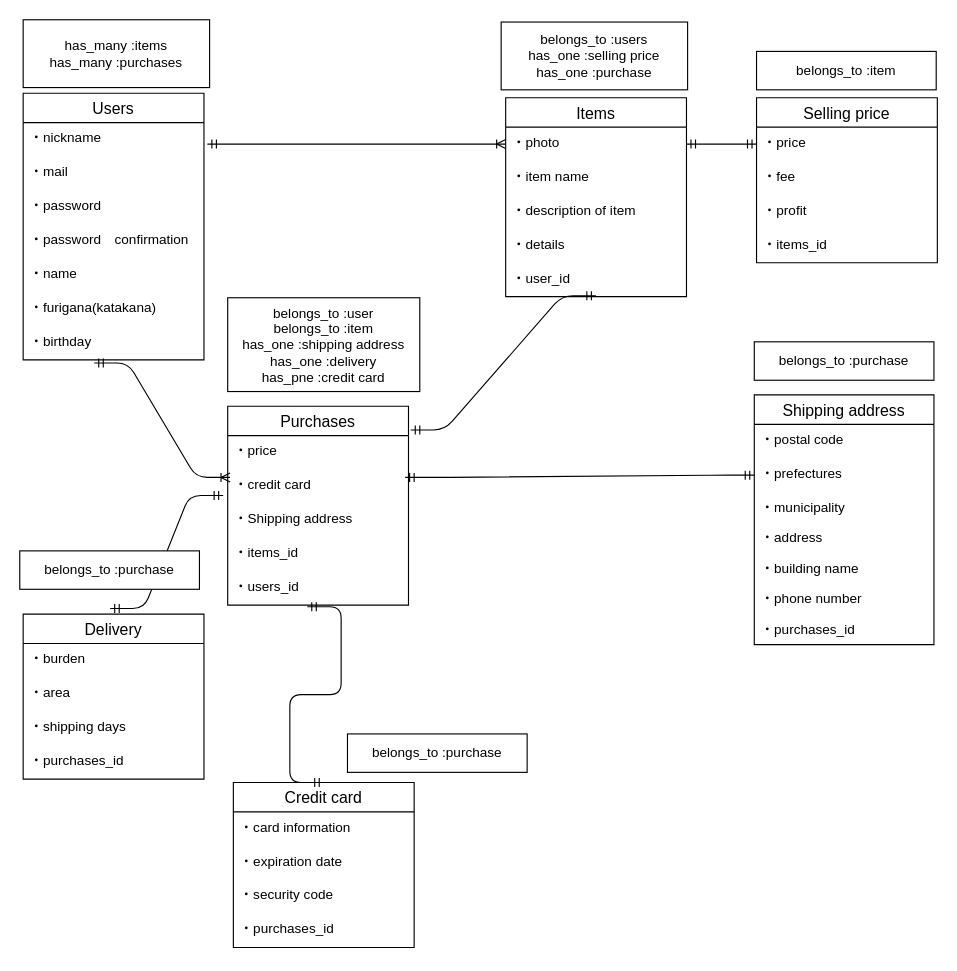
Earlier version of the draw.io diagram furima.dio (mika101/furima-32325). Source tidied: cells renumbered, new cells numbered last; positions are measured from the earlier drawing's top-left corner, leaving out a move shared by most shapes. Both pictures are drawn from the tidied source at 113%, with x=0, y=0 at pixel (19, 19).
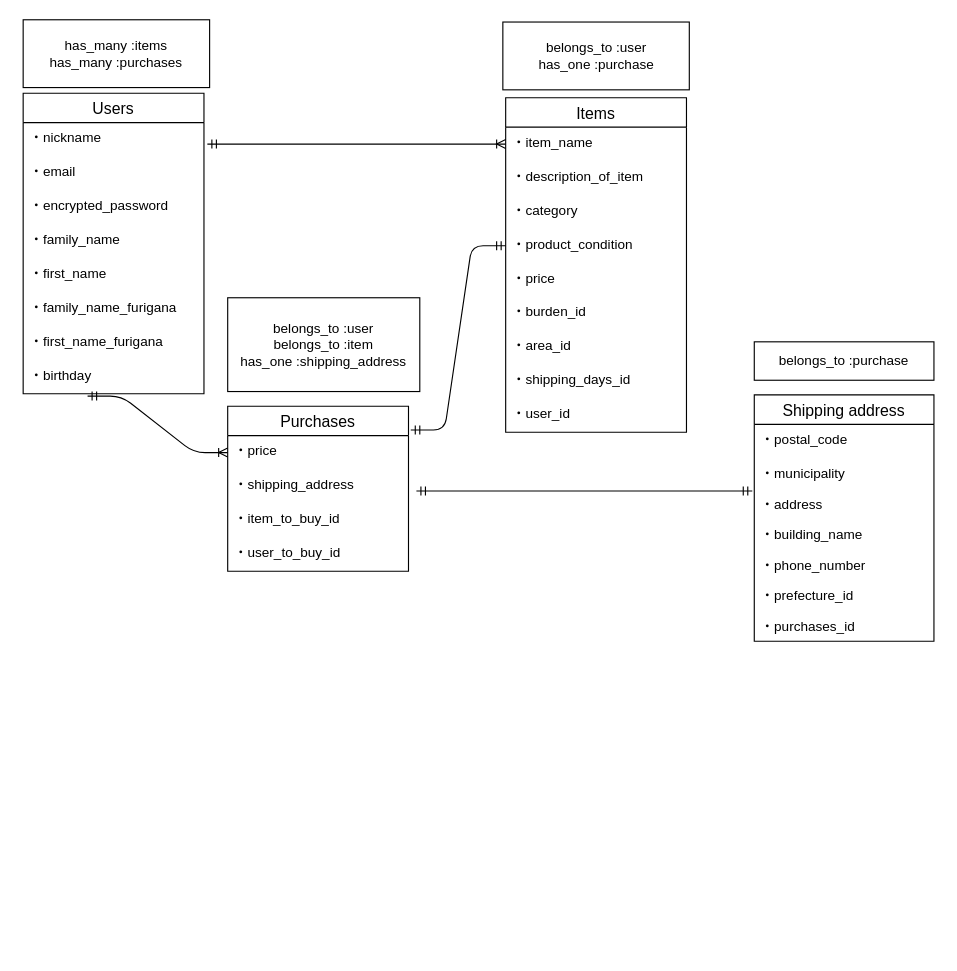
Above is the later version.

Commit message (it also covers changes not shown here):
データベース設計_修正

Unchanged cells that the change refers to:
```xml
<mxCell id="17" value="・price" style="text;strokeColor=none;fillColor=none;spacingLeft=4;spacingRight=4;overflow=hidden;points=[[0,0.5],[1,0.5]];portConstraint=eastwest;fontSize=12;" parent="16" vertex="1">
  <mxGeometry y="26" width="160" height="30" as="geometry" />
</mxCell>
```

Change to the diagram source:
```diff
@@
     <mxCell id="2" value="Users" style="swimlane;fontStyle=0;horizontal=1;startSize=26;align=center;fontSize=14;" parent="1" vertex="1">
-      <mxGeometry x="3" y="65" width="160" height="236" as="geometry" />
+      <mxGeometry x="3" y="65" width="160" height="266" as="geometry" />
     </mxCell>
@@
-    <mxCell id="4" value="・mail" style="text;strokeColor=none;fillColor=none;spacingLeft=4;spacingRight=4;overflow=hidden;fontSize=12;" parent="2" vertex="1">
+    <mxCell id="4" value="・email" style="text;strokeColor=none;fillColor=none;spacingLeft=4;spacingRight=4;overflow=hidden;fontSize=12;" parent="2" vertex="1">
       <mxGeometry y="56" width="160" height="30" as="geometry" />
     </mxCell>
-    <mxCell id="5" value="・password" style="text;strokeColor=none;fillColor=none;spacingLeft=4;spacingRight=4;overflow=hidden;fontSize=12;" parent="2" vertex="1">
+    <mxCell id="5" value="・encrypted_password" style="text;strokeColor=none;fillColor=none;spacingLeft=4;spacingRight=4;overflow=hidden;fontSize=12;" parent="2" vertex="1">
       <mxGeometry y="86" width="160" height="30" as="geometry" />
     </mxCell>
-    <mxCell id="6" value="・password　confirmation" style="text;strokeColor=none;fillColor=none;spacingLeft=4;spacingRight=4;overflow=hidden;fontSize=12;" parent="2" vertex="1">
+    <mxCell id="6" value="・family_name" style="text;strokeColor=none;fillColor=none;spacingLeft=4;spacingRight=4;overflow=hidden;fontSize=12;" parent="2" vertex="1">
       <mxGeometry y="116" width="160" height="30" as="geometry" />
     </mxCell>
-    <mxCell id="7" value="・name" style="text;strokeColor=none;fillColor=none;spacingLeft=4;spacingRight=4;overflow=hidden;fontSize=12;" parent="2" vertex="1">
+    <mxCell id="7" value="・first_name" style="text;strokeColor=none;fillColor=none;spacingLeft=4;spacingRight=4;overflow=hidden;fontSize=12;" parent="2" vertex="1">
       <mxGeometry y="146" width="160" height="30" as="geometry" />
     </mxCell>
-    <mxCell id="8" value="・furigana(katakana)" style="text;strokeColor=none;fillColor=none;spacingLeft=4;spacingRight=4;overflow=hidden;fontSize=12;" parent="2" vertex="1">
+    <mxCell id="8" value="・family_name_furigana" style="text;strokeColor=none;fillColor=none;spacingLeft=4;spacingRight=4;overflow=hidden;fontSize=12;" parent="2" vertex="1">
       <mxGeometry y="176" width="160" height="30" as="geometry" />
     </mxCell>
-    <mxCell id="9" value="・birthday" style="text;strokeColor=none;fillColor=none;spacingLeft=4;spacingRight=4;overflow=hidden;points=[[0,0.5],[1,0.5]];portConstraint=eastwest;fontSize=12;" parent="2" vertex="1">
+    <mxCell id="9" value="・first_name_furigana" style="text;strokeColor=none;fillColor=none;spacingLeft=4;spacingRight=4;overflow=hidden;points=[[0,0.5],[1,0.5]];portConstraint=eastwest;fontSize=12;" parent="2" vertex="1">
       <mxGeometry y="206" width="160" height="30" as="geometry" />
     </mxCell>
+    <mxCell id="57" value="・birthday" style="text;strokeColor=none;fillColor=none;spacingLeft=4;spacingRight=4;overflow=hidden;fontSize=12;" parent="2" vertex="1">
+      <mxGeometry y="236" width="160" height="30" as="geometry" />
+    </mxCell>
+    <mxCell id="59" style="edgeStyle=entityRelationEdgeStyle;fontSize=12;html=1;endArrow=ERoneToMany;startArrow=ERmandOne;" parent="2" edge="1" target="17">
+      <mxGeometry relative="1" as="geometry">
+        <mxPoint x="57" y="268" as="sourcePoint" />
+      </mxGeometry>
+    </mxCell>
     <mxCell id="10" value="Items" style="swimlane;fontStyle=0;horizontal=1;startSize=26;align=center;fontSize=14;" parent="1" vertex="1">
-      <mxGeometry x="430" y="69" width="160" height="176" as="geometry" />
+      <mxGeometry x="430" y="69" width="160" height="296" as="geometry" />
     </mxCell>
-    <mxCell id="11" value="・photo" style="text;strokeColor=none;fillColor=none;spacingLeft=4;spacingRight=4;overflow=hidden;points=[[0,0.5],[1,0.5]];portConstraint=eastwest;fontSize=12;" parent="10" vertex="1">
-      <mxGeometry y="26" width="160" height="30" as="geometry" />
-    </mxCell>
-    <mxCell id="12" value="・item name" style="text;strokeColor=none;fillColor=none;spacingLeft=4;spacingRight=4;overflow=hidden;fontSize=12;" parent="10" vertex="1">
-      <mxGeometry y="56" width="160" height="30" as="geometry" />
-    </mxCell>
-    <mxCell id="13" value="・description of item" style="text;strokeColor=none;fillColor=none;spacingLeft=4;spacingRight=4;overflow=hidden;fontSize=12;" parent="10" vertex="1">
-      <mxGeometry y="86" width="160" height="30" as="geometry" />
+    <mxCell id="13" value="・item_name" style="text;strokeColor=none;fillColor=none;spacingLeft=4;spacingRight=4;overflow=hidden;fontSize=12;" parent="10" vertex="1">
+      <mxGeometry y="26" width="160" height="30" as="geometry" />
     </mxCell>
-    <mxCell id="14" value="・details" style="text;strokeColor=none;fillColor=none;spacingLeft=4;spacingRight=4;overflow=hidden;fontSize=12;" parent="10" vertex="1">
-      <mxGeometry y="116" width="160" height="30" as="geometry" />
+    <mxCell id="14" value="・description_of_item" style="text;strokeColor=none;fillColor=none;spacingLeft=4;spacingRight=4;overflow=hidden;fontSize=12;" parent="10" vertex="1">
+      <mxGeometry y="56" width="160" height="30" as="geometry" />
     </mxCell>
+    <mxCell id="60" value="・category" style="text;strokeColor=none;fillColor=none;spacingLeft=4;spacingRight=4;overflow=hidden;fontSize=12;" parent="10" vertex="1">
+      <mxGeometry y="86" width="160" height="30" as="geometry" />
+    </mxCell>
-    <mxCell id="15" value="・user_id" style="text;strokeColor=none;fillColor=none;spacingLeft=4;spacingRight=4;overflow=hidden;points=[[0,0.5],[1,0.5]];portConstraint=eastwest;fontSize=12;" parent="10" vertex="1">
-      <mxGeometry y="146" width="160" height="30" as="geometry" />
+    <mxCell id="15" value="・product_condition" style="text;strokeColor=none;fillColor=none;spacingLeft=4;spacingRight=4;overflow=hidden;points=[[0,0.5],[1,0.5]];portConstraint=eastwest;fontSize=12;" parent="10" vertex="1">
+      <mxGeometry y="116" width="160" height="30" as="geometry" />
     </mxCell>
+    <mxCell id="58" value="・price" style="text;strokeColor=none;fillColor=none;spacingLeft=4;spacingRight=4;overflow=hidden;fontSize=12;" parent="10" vertex="1">
+      <mxGeometry y="146" width="160" height="30" as="geometry" />
+    </mxCell>
+    <mxCell id="61" value="・burden_id" style="text;strokeColor=none;fillColor=none;spacingLeft=4;spacingRight=4;overflow=hidden;fontSize=12;" parent="10" vertex="1">
+      <mxGeometry y="176" width="160" height="30" as="geometry" />
+    </mxCell>
+    <mxCell id="62" value="・area_id" style="text;strokeColor=none;fillColor=none;spacingLeft=4;spacingRight=4;overflow=hidden;fontSize=12;" parent="10" vertex="1">
+      <mxGeometry y="206" width="160" height="30" as="geometry" />
+    </mxCell>
+    <mxCell id="63" value="・shipping_days_id" style="text;strokeColor=none;fillColor=none;spacingLeft=4;spacingRight=4;overflow=hidden;fontSize=12;" parent="10" vertex="1">
+      <mxGeometry y="236" width="160" height="30" as="geometry" />
+    </mxCell>
+    <mxCell id="64" value="・user_id" style="text;strokeColor=none;fillColor=none;spacingLeft=4;spacingRight=4;overflow=hidden;fontSize=12;" parent="10" vertex="1">
+      <mxGeometry y="266" width="160" height="30" as="geometry" />
+    </mxCell>
     <mxCell id="16" value="Purchases" style="swimlane;fontStyle=0;horizontal=1;startSize=26;align=center;fontSize=14;" parent="1" vertex="1">
-      <mxGeometry x="184" y="342" width="160" height="176" as="geometry" />
+      <mxGeometry x="184" y="342" width="160" height="146" as="geometry" />
     </mxCell>
@@
-    <mxCell id="18" value="・credit card" style="text;strokeColor=none;fillColor=none;spacingLeft=4;spacingRight=4;overflow=hidden;points=[[0,0.5],[1,0.5]];portConstraint=eastwest;fontSize=12;" parent="16" vertex="1">
-      <mxGeometry y="56" width="160" height="30" as="geometry" />
-    </mxCell>
-    <mxCell id="19" value="・Shipping address" style="text;strokeColor=none;fillColor=none;spacingLeft=4;spacingRight=4;overflow=hidden;fontSize=12;" parent="16" vertex="1">
-      <mxGeometry y="86" width="160" height="30" as="geometry" />
+    <mxCell id="19" value="・shipping_address" style="text;strokeColor=none;fillColor=none;spacingLeft=4;spacingRight=4;overflow=hidden;fontSize=12;" parent="16" vertex="1">
+      <mxGeometry y="56" width="160" height="30" as="geometry" />
     </mxCell>
-    <mxCell id="20" value="・items_id" style="text;strokeColor=none;fillColor=none;spacingLeft=4;spacingRight=4;overflow=hidden;fontSize=12;" parent="16" vertex="1">
-      <mxGeometry y="116" width="160" height="30" as="geometry" />
+    <mxCell id="20" value="・item_to_buy_id" style="text;strokeColor=none;fillColor=none;spacingLeft=4;spacingRight=4;overflow=hidden;fontSize=12;" parent="16" vertex="1">
+      <mxGeometry y="86" width="160" height="30" as="geometry" />
     </mxCell>
-    <mxCell id="21" value="・users_id" style="text;strokeColor=none;fillColor=none;spacingLeft=4;spacingRight=4;overflow=hidden;points=[[0,0.5],[1,0.5]];portConstraint=eastwest;fontSize=12;" parent="16" vertex="1">
-      <mxGeometry y="146" width="160" height="30" as="geometry" />
+    <mxCell id="21" value="・user_to_buy_id" style="text;strokeColor=none;fillColor=none;spacingLeft=4;spacingRight=4;overflow=hidden;points=[[0,0.5],[1,0.5]];portConstraint=eastwest;fontSize=12;" parent="16" vertex="1">
+      <mxGeometry y="116" width="160" height="30" as="geometry" />
     </mxCell>
-    <mxCell id="22" value="Delivery" style="swimlane;fontStyle=0;horizontal=1;startSize=26;align=center;fontSize=14;" parent="1" vertex="1">
-      <mxGeometry x="3" y="526" width="160" height="146" as="geometry" />
-    </mxCell>
-    <mxCell id="23" value="・burden" style="text;strokeColor=none;fillColor=none;spacingLeft=4;spacingRight=4;overflow=hidden;fontSize=12;" parent="22" vertex="1">
-      <mxGeometry y="26" width="160" height="30" as="geometry" />
-    </mxCell>
-    <mxCell id="24" value="・area" style="text;strokeColor=none;fillColor=none;spacingLeft=4;spacingRight=4;overflow=hidden;fontSize=12;" parent="22" vertex="1">
-      <mxGeometry y="56" width="160" height="30" as="geometry" />
-    </mxCell>
-    <mxCell id="25" value="・shipping days" style="text;strokeColor=none;fillColor=none;spacingLeft=4;spacingRight=4;overflow=hidden;fontSize=12;" parent="22" vertex="1">
-      <mxGeometry y="86" width="160" height="30" as="geometry" />
-    </mxCell>
-    <mxCell id="26" value="・purchases_id" style="text;strokeColor=none;fillColor=none;spacingLeft=4;spacingRight=4;overflow=hidden;fontSize=12;" parent="22" vertex="1">
-      <mxGeometry y="116" width="160" height="30" as="geometry" />
-    </mxCell>
-    <mxCell id="27" value="Selling price" style="swimlane;fontStyle=0;horizontal=1;startSize=26;align=center;fontSize=14;" parent="1" vertex="1">
-      <mxGeometry x="652" y="69" width="160" height="146" as="geometry" />
-    </mxCell>
-    <mxCell id="28" value="・price" style="text;strokeColor=none;fillColor=none;spacingLeft=4;spacingRight=4;overflow=hidden;points=[[0,0.5],[1,0.5]];portConstraint=eastwest;fontSize=12;" parent="27" vertex="1">
-      <mxGeometry y="26" width="160" height="30" as="geometry" />
-    </mxCell>
-    <mxCell id="29" value="・fee" style="text;strokeColor=none;fillColor=none;spacingLeft=4;spacingRight=4;overflow=hidden;fontSize=12;" parent="27" vertex="1">
-      <mxGeometry y="56" width="160" height="30" as="geometry" />
-    </mxCell>
-    <mxCell id="30" value="・profit" style="text;strokeColor=none;fillColor=none;spacingLeft=4;spacingRight=4;overflow=hidden;fontSize=12;" parent="27" vertex="1">
-      <mxGeometry y="86" width="160" height="30" as="geometry" />
-    </mxCell>
-    <mxCell id="31" value="・items_id" style="text;strokeColor=none;fillColor=none;spacingLeft=4;spacingRight=4;overflow=hidden;fontSize=12;" parent="27" vertex="1">
-      <mxGeometry y="116" width="160" height="30" as="geometry" />
-    </mxCell>
     <mxCell id="32" value="Shipping address" style="swimlane;fontStyle=0;horizontal=1;startSize=26;align=center;fontSize=14;" parent="1" vertex="1">
-      <mxGeometry x="650" y="332" width="159" height="221" as="geometry" />
+      <mxGeometry x="650" y="332" width="159" height="218" as="geometry" />
     </mxCell>
-    <mxCell id="33" value="・postal code" style="text;strokeColor=none;fillColor=none;spacingLeft=4;spacingRight=4;overflow=hidden;fontSize=12;" parent="32" vertex="1">
+    <mxCell id="33" value="・postal_code" style="text;strokeColor=none;fillColor=none;spacingLeft=4;spacingRight=4;overflow=hidden;fontSize=12;" parent="32" vertex="1">
       <mxGeometry y="26" width="159" height="30" as="geometry" />
     </mxCell>
-    <mxCell id="34" value="・prefectures" style="text;strokeColor=none;fillColor=none;spacingLeft=4;spacingRight=4;overflow=hidden;points=[[0,0.5],[1,0.5]];portConstraint=eastwest;fontSize=12;" parent="32" vertex="1">
-      <mxGeometry y="56" width="159" height="30" as="geometry" />
-    </mxCell>
     <mxCell id="35" value="・municipality" style="text;strokeColor=none;fillColor=none;spacingLeft=4;spacingRight=4;overflow=hidden;fontSize=12;" parent="32" vertex="1">
-      <mxGeometry y="86" width="159" height="27" as="geometry" />
+      <mxGeometry y="56" width="159" height="27" as="geometry" />
     </mxCell>
     <mxCell id="36" value="・address" style="text;strokeColor=none;fillColor=none;spacingLeft=4;spacingRight=4;overflow=hidden;points=[[0,0.5],[1,0.5]];portConstraint=eastwest;fontSize=12;" parent="32" vertex="1">
-      <mxGeometry y="113" width="159" height="27" as="geometry" />
+      <mxGeometry y="83" width="159" height="27" as="geometry" />
     </mxCell>
-    <mxCell id="37" value="・building name" style="text;strokeColor=none;fillColor=none;spacingLeft=4;spacingRight=4;overflow=hidden;fontSize=12;" parent="32" vertex="1">
-      <mxGeometry y="140" width="159" height="27" as="geometry" />
+    <mxCell id="37" value="・building_name" style="text;strokeColor=none;fillColor=none;spacingLeft=4;spacingRight=4;overflow=hidden;fontSize=12;" parent="32" vertex="1">
+      <mxGeometry y="110" width="159" height="27" as="geometry" />
     </mxCell>
-    <mxCell id="38" value="・phone number" style="text;strokeColor=none;fillColor=none;spacingLeft=4;spacingRight=4;overflow=hidden;fontSize=12;" parent="32" vertex="1">
-      <mxGeometry y="167" width="159" height="27" as="geometry" />
+    <mxCell id="38" value="・phone_number" style="text;strokeColor=none;fillColor=none;spacingLeft=4;spacingRight=4;overflow=hidden;fontSize=12;" parent="32" vertex="1">
+      <mxGeometry y="137" width="159" height="27" as="geometry" />
     </mxCell>
-    <mxCell id="39" value="・purchases_id" style="text;strokeColor=none;fillColor=none;spacingLeft=4;spacingRight=4;overflow=hidden;fontSize=12;" parent="32" vertex="1">
-      <mxGeometry y="194" width="159" height="27" as="geometry" />
+    <mxCell id="39" value="・prefecture_id" style="text;strokeColor=none;fillColor=none;spacingLeft=4;spacingRight=4;overflow=hidden;fontSize=12;" parent="32" vertex="1">
+      <mxGeometry y="164" width="159" height="27" as="geometry" />
     </mxCell>
-    <mxCell id="40" value="Credit card" style="swimlane;fontStyle=0;horizontal=1;startSize=26;align=center;fontSize=14;" parent="1" vertex="1">
-      <mxGeometry x="189" y="675" width="160" height="146" as="geometry" />
-    </mxCell>
-    <mxCell id="41" value="・card information" style="text;strokeColor=none;fillColor=none;spacingLeft=4;spacingRight=4;overflow=hidden;fontSize=12;" parent="40" vertex="1">
-      <mxGeometry y="26" width="160" height="30" as="geometry" />
-    </mxCell>
-    <mxCell id="42" value="・expiration date" style="text;strokeColor=none;fillColor=none;spacingLeft=4;spacingRight=4;overflow=hidden;fontSize=12;" parent="40" vertex="1">
-      <mxGeometry y="56" width="160" height="30" as="geometry" />
-    </mxCell>
-    <mxCell id="43" value="・security code" style="text;strokeColor=none;fillColor=none;spacingLeft=4;spacingRight=4;overflow=hidden;fontSize=12;" parent="40" vertex="1">
-      <mxGeometry y="86" width="160" height="30" as="geometry" />
-    </mxCell>
-    <mxCell id="44" value="・purchases_id" style="text;strokeColor=none;fillColor=none;spacingLeft=4;spacingRight=4;overflow=hidden;fontSize=12;" parent="40" vertex="1">
-      <mxGeometry y="116" width="160" height="30" as="geometry" />
-    </mxCell>
-    <mxCell id="45" style="edgeStyle=entityRelationEdgeStyle;fontSize=12;html=1;endArrow=ERmandOne;startArrow=ERmandOne;entryX=0.5;entryY=0;entryDx=0;entryDy=0;exitX=0.44;exitY=1.047;exitDx=0;exitDy=0;exitPerimeter=0;" parent="1" edge="1" source="21" target="40">
-      <mxGeometry relative="1" as="geometry" />
-    </mxCell>
-    <mxCell id="46" style="edgeStyle=entityRelationEdgeStyle;fontSize=12;html=1;endArrow=ERmandOne;startArrow=ERmandOne;entryX=0;entryY=0.5;entryDx=0;entryDy=0;" parent="1" edge="1" target="34">
-      <mxGeometry relative="1" as="geometry">
-        <mxPoint x="341" y="405" as="sourcePoint" />
-      </mxGeometry>
-    </mxCell>
+    <mxCell id="65" value="・purchases_id" style="text;strokeColor=none;fillColor=none;spacingLeft=4;spacingRight=4;overflow=hidden;fontSize=12;" parent="32" vertex="1">
+      <mxGeometry y="191" width="159" height="27" as="geometry" />
+    </mxCell>
-    <mxCell id="47" style="edgeStyle=entityRelationEdgeStyle;fontSize=12;html=1;endArrow=ERmandOne;startArrow=ERmandOne;entryX=0.499;entryY=0.973;entryDx=0;entryDy=0;entryPerimeter=0;" parent="1" edge="1" target="15">
+    <mxCell id="47" style="edgeStyle=entityRelationEdgeStyle;fontSize=12;html=1;endArrow=ERmandOne;startArrow=ERmandOne;entryX=0;entryY=0.5;entryDx=0;entryDy=0;" parent="1" edge="1" target="15">
       <mxGeometry relative="1" as="geometry">
         <mxPoint x="346" y="363" as="sourcePoint" />
       </mxGeometry>
     </mxCell>
-    <mxCell id="48" style="edgeStyle=entityRelationEdgeStyle;fontSize=12;html=1;endArrow=ERmandOne;startArrow=ERmandOne;exitX=1;exitY=0.5;exitDx=0;exitDy=0;entryX=0;entryY=0.5;entryDx=0;entryDy=0;" parent="1" edge="1" source="11" target="28">
-      <mxGeometry relative="1" as="geometry" />
-    </mxCell>
-    <mxCell id="49" style="edgeStyle=entityRelationEdgeStyle;fontSize=12;html=1;endArrow=ERoneToMany;startArrow=ERmandOne;entryX=0;entryY=0.5;entryDx=0;entryDy=0;" parent="1" edge="1" target="11">
+    <mxCell id="49" style="edgeStyle=entityRelationEdgeStyle;fontSize=12;html=1;endArrow=ERoneToMany;startArrow=ERmandOne;entryX=0;entryY=0.5;entryDx=0;entryDy=0;" parent="1" edge="1">
       <mxGeometry relative="1" as="geometry">
         <mxPoint x="166" y="110" as="sourcePoint" />
+        <mxPoint x="430" y="110" as="targetPoint" />
       </mxGeometry>
     </mxCell>
-    <mxCell id="50" value="belongs_to :item" style="whiteSpace=wrap;html=1;align=center;" parent="1" vertex="1">
-      <mxGeometry x="652" y="28" width="159" height="34" as="geometry" />
-    </mxCell>
-    <mxCell id="51" value="belongs_to :users&lt;br&gt;has_one :selling price&lt;br&gt;has_one :purchase" style="whiteSpace=wrap;html=1;align=center;" parent="1" vertex="1">
-      <mxGeometry x="426" y="2" width="165" height="60" as="geometry" />
+    <mxCell id="51" value="belongs_to :user&lt;br&gt;has_one :purchase" style="whiteSpace=wrap;html=1;align=center;" parent="1" vertex="1">
+      <mxGeometry x="427.5" y="2" width="165" height="60" as="geometry" />
     </mxCell>
-    <mxCell id="52" style="edgeStyle=entityRelationEdgeStyle;fontSize=12;html=1;endArrow=ERoneToMany;startArrow=ERmandOne;exitX=0.393;exitY=1.093;exitDx=0;exitDy=0;exitPerimeter=0;entryX=0.013;entryY=0.233;entryDx=0;entryDy=0;entryPerimeter=0;" parent="1" edge="1" source="9" target="18">
-      <mxGeometry relative="1" as="geometry" />
-    </mxCell>
-    <mxCell id="53" style="edgeStyle=entityRelationEdgeStyle;fontSize=12;html=1;endArrow=ERmandOne;startArrow=ERmandOne;" parent="1" edge="1">
-      <mxGeometry relative="1" as="geometry">
-        <mxPoint x="80" y="521" as="sourcePoint" />
-        <mxPoint x="180" y="421" as="targetPoint" />
-      </mxGeometry>
-    </mxCell>
@@
-    <mxCell id="55" value="belongs_to :user&lt;br&gt;belongs_to :item&lt;br&gt;has_one :shipping address&lt;br&gt;has_one :delivery&lt;br&gt;has_pne :credit card" style="whiteSpace=wrap;html=1;align=center;" parent="1" vertex="1">
+    <mxCell id="55" value="belongs_to :user&lt;br&gt;belongs_to :item&lt;br&gt;has_one :shipping_address" style="whiteSpace=wrap;html=1;align=center;" parent="1" vertex="1">
       <mxGeometry x="184" y="246" width="170" height="83" as="geometry" />
     </mxCell>
@@
-    <mxCell id="57" value="belongs_to :purchase" style="whiteSpace=wrap;html=1;align=center;" parent="1" vertex="1">
-      <mxGeometry x="290" y="632" width="159" height="34" as="geometry" />
-    </mxCell>
-    <mxCell id="58" value="belongs_to :purchase" style="whiteSpace=wrap;html=1;align=center;" parent="1" vertex="1">
-      <mxGeometry y="470" width="159" height="34" as="geometry" />
-    </mxCell>
+    <mxCell id="66" style="edgeStyle=entityRelationEdgeStyle;fontSize=12;html=1;endArrow=ERmandOne;startArrow=ERmandOne;entryX=-0.011;entryY=0.074;entryDx=0;entryDy=0;entryPerimeter=0;" parent="1" edge="1" target="36">
+      <mxGeometry relative="1" as="geometry">
+        <mxPoint x="351" y="417" as="sourcePoint" />
+      </mxGeometry>
+    </mxCell>
```
